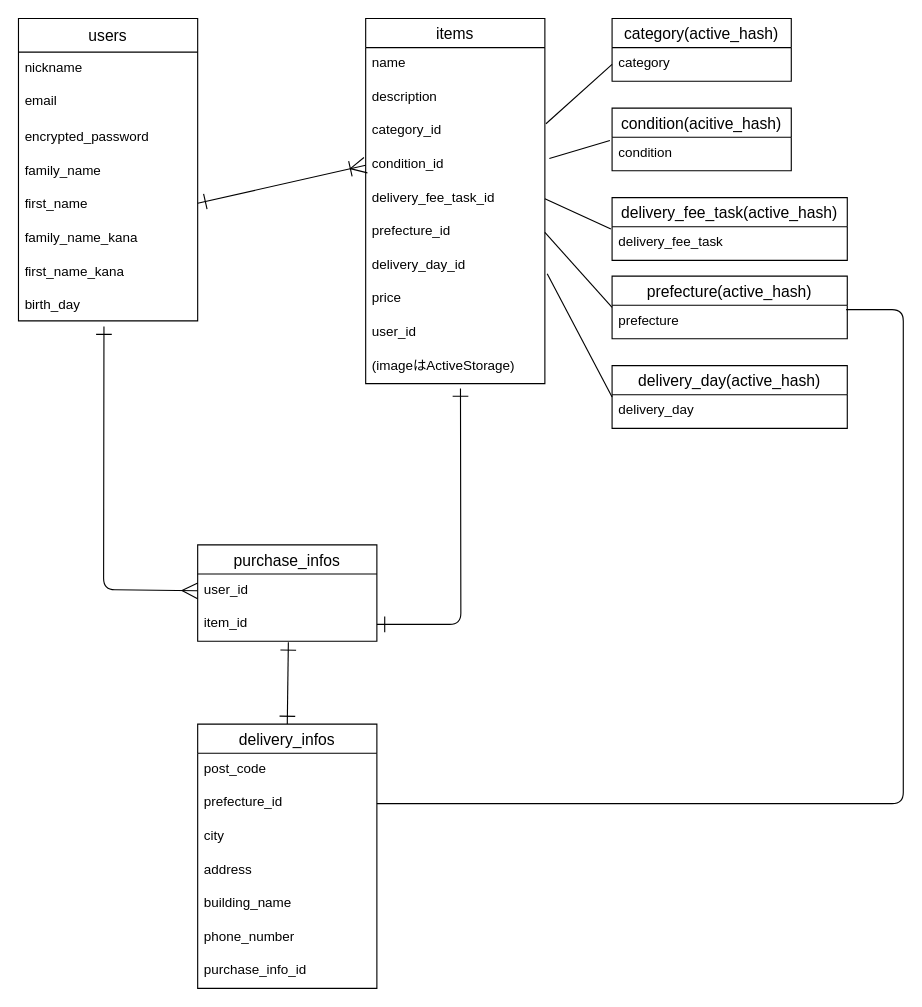
Earlier version of the draw.io diagram ER.dio (shimpei1494/furima-37217). Source tidied: cells renumbered, new cells numbered last; positions are measured from the earlier drawing's top-left corner, leaving out a move shared by most shapes. Both pictures are drawn from the tidied source at 112%, with x=0, y=0 at pixel (18, 18).
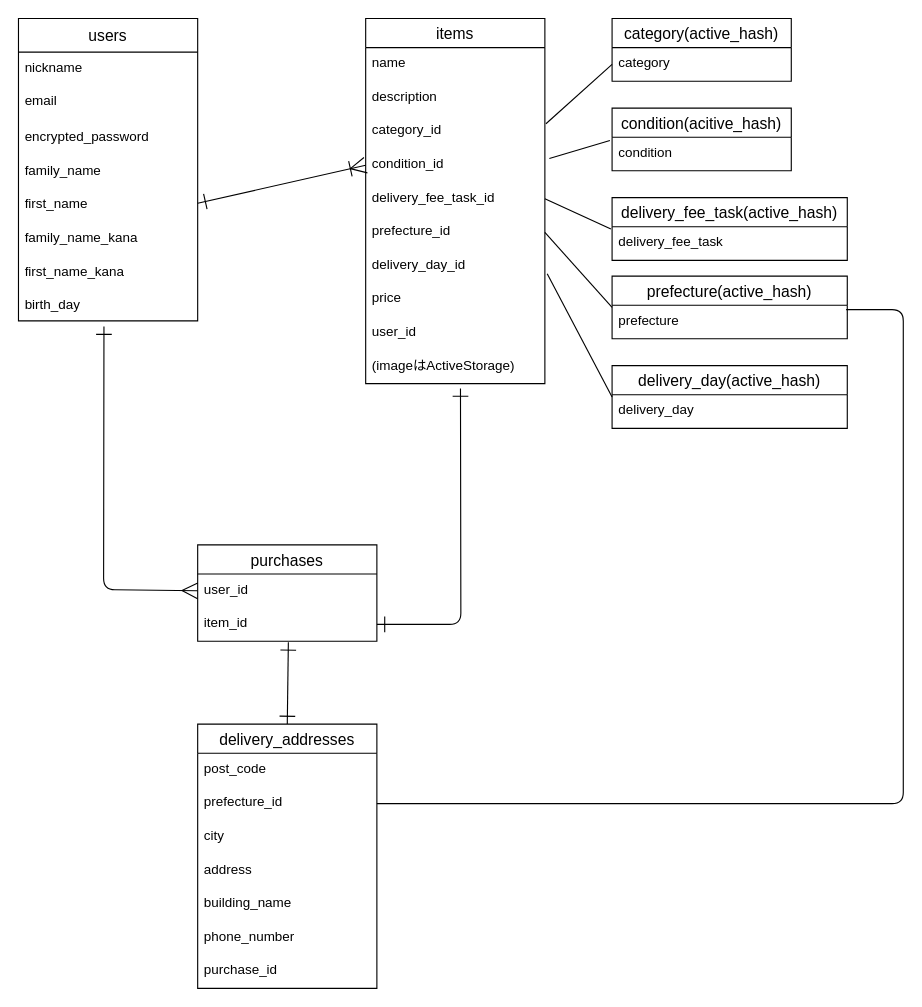
The same diagram, later.

Change to the diagram source:
```diff
@@
-    <mxCell id="40" value="purchase_infos" style="swimlane;fontStyle=0;horizontal=1;startSize=26;align=center;fontSize=14;glass=0;" parent="1" vertex="1">
+    <mxCell id="40" value="purchases" style="swimlane;fontStyle=0;horizontal=1;startSize=26;align=center;fontSize=14;glass=0;" parent="1" vertex="1">
       <mxGeometry x="160" y="470" width="160" height="86" as="geometry" />
     </mxCell>
@@
-    <mxCell id="44" value="delivery_infos" style="swimlane;fontStyle=0;horizontal=1;startSize=26;align=center;fontSize=14;glass=0;" parent="1" vertex="1">
+    <mxCell id="44" value="delivery_addresses" style="swimlane;fontStyle=0;horizontal=1;startSize=26;align=center;fontSize=14;glass=0;" parent="1" vertex="1">
       <mxGeometry x="160" y="630" width="160" height="236" as="geometry" />
     </mxCell>
@@
-    <mxCell id="51" value="purchase_info_id" style="text;strokeColor=none;fillColor=none;spacingLeft=4;spacingRight=4;overflow=hidden;fontSize=12;glass=0;" parent="44" vertex="1">
+    <mxCell id="51" value="purchase_id" style="text;strokeColor=none;fillColor=none;spacingLeft=4;spacingRight=4;overflow=hidden;fontSize=12;glass=0;" parent="44" vertex="1">
       <mxGeometry y="206" width="160" height="30" as="geometry" />
     </mxCell>
```
